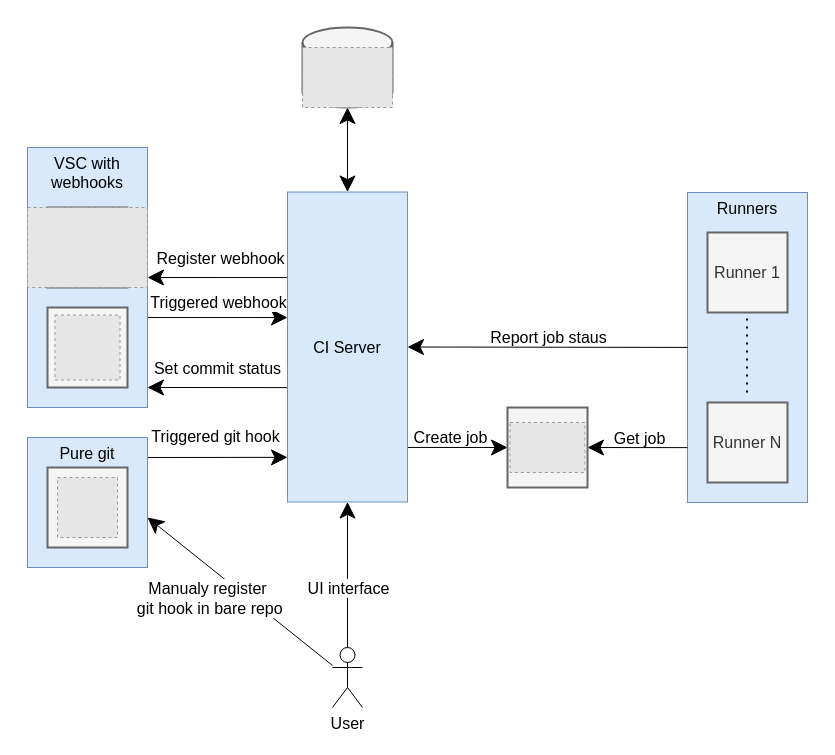
Above: docs/architecture.drawio in FilipSolich/shark-ci (draw.io), before the change. Source tidied: cells renumbered, new cells numbered last; positions are measured from the earlier drawing's top-left corner, leaving out a move shared by most shapes. Both pictures are drawn from the tidied source at 100%, with x=0, y=0 at pixel (17, 17). Pictures stored in the file or linked from it are replaced by grey dashed boxes.
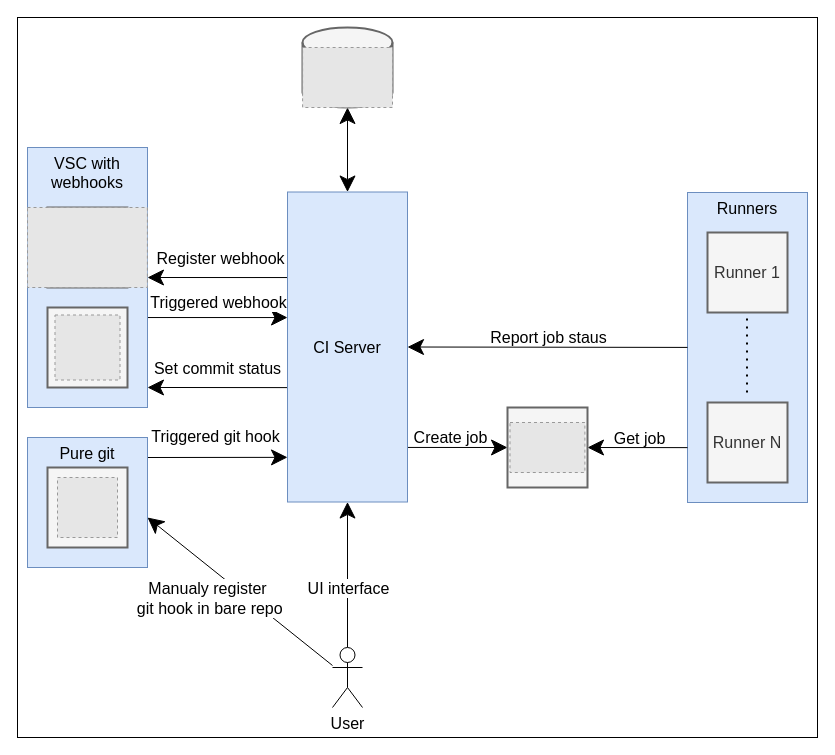
The same diagram, later.

What changed in the source:
```diff
@@
-    <mxCell id="2" style="rounded=0;whiteSpace=wrap;html=1;strokeColor=none;" parent="1" vertex="1">
+    <mxCell id="2" style="rounded=0;whiteSpace=wrap;html=1;" parent="1" vertex="1">
       <mxGeometry width="800" height="720" as="geometry" />
     </mxCell>
```
